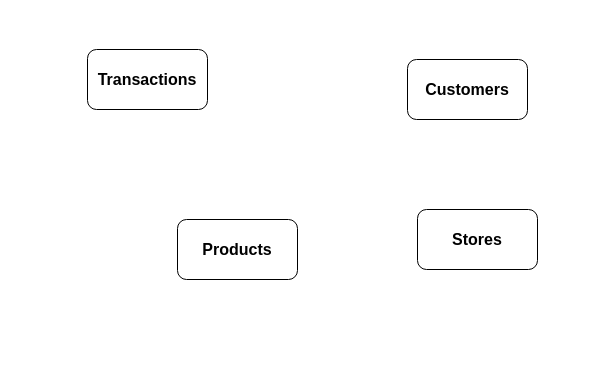
Earlier version of the draw.io diagram page "Entitis" (1 of 2) of Ventas.drawio (leandroveron1110/DataAnalytics). Source tidied: cells renumbered, new cells numbered last; positions are measured from the earlier drawing's top-left corner, leaving out a move shared by most shapes. Both pictures are drawn from the tidied source at 100%, with x=0, y=0 at pixel (87, 49).
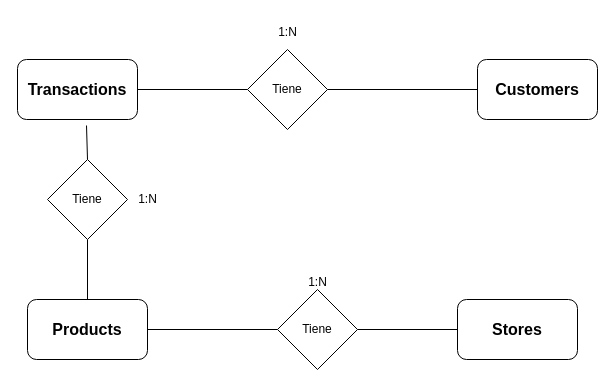
After the change.

What changed in the source:
```diff
@@
 <mxGraphModel>
   <root>
     <mxCell id="0" />
     <mxCell id="1" parent="0" />
     <mxCell id="2" value="&lt;b&gt;&lt;span style=&quot;font-size:12.0pt;line-height:107%;&lt;br/&gt;font-family:&amp;quot;Arial&amp;quot;,sans-serif;mso-fareast-font-family:&amp;quot;Times New Roman&amp;quot;;&lt;br/&gt;mso-font-kerning:0pt;mso-ligatures:none;mso-ansi-language:ES-AR;mso-fareast-language:&lt;br/&gt;ES-AR;mso-bidi-language:AR-SA&quot;&gt;Transactions&lt;/span&gt;&lt;/b&gt;" style="rounded=1;whiteSpace=wrap;html=1;" parent="1" vertex="1">
-      <mxGeometry width="120" height="60" as="geometry" />
+      <mxGeometry x="-70" y="10" width="120" height="60" as="geometry" />
     </mxCell>
     <mxCell id="3" value="&lt;b&gt;&lt;span style=&quot;font-size:12.0pt;line-height:107%;&lt;br/&gt;font-family:&amp;quot;Arial&amp;quot;,sans-serif;mso-fareast-font-family:&amp;quot;Times New Roman&amp;quot;;&lt;br/&gt;mso-font-kerning:0pt;mso-ligatures:none;mso-ansi-language:ES-AR;mso-fareast-language:&lt;br/&gt;ES-AR;mso-bidi-language:AR-SA&quot;&gt;Customers&lt;/span&gt;&lt;/b&gt;" style="rounded=1;whiteSpace=wrap;html=1;" parent="1" vertex="1">
-      <mxGeometry x="320" y="10" width="120" height="60" as="geometry" />
+      <mxGeometry x="390" y="10" width="120" height="60" as="geometry" />
     </mxCell>
     <mxCell id="4" value="&lt;b&gt;&lt;span style=&quot;font-size:12.0pt;line-height:107%;&lt;br/&gt;font-family:&amp;quot;Arial&amp;quot;,sans-serif;mso-fareast-font-family:&amp;quot;Times New Roman&amp;quot;;&lt;br/&gt;mso-font-kerning:0pt;mso-ligatures:none;mso-ansi-language:ES-AR;mso-fareast-language:&lt;br/&gt;ES-AR;mso-bidi-language:AR-SA&quot;&gt;Products&lt;/span&gt;&lt;/b&gt;" style="rounded=1;whiteSpace=wrap;html=1;" parent="1" vertex="1">
-      <mxGeometry x="90" y="170" width="120" height="60" as="geometry" />
+      <mxGeometry x="-60" y="250" width="120" height="60" as="geometry" />
     </mxCell>
     <mxCell id="5" value="&lt;b&gt;&lt;span style=&quot;font-size:12.0pt;line-height:107%;&lt;br/&gt;font-family:&amp;quot;Arial&amp;quot;,sans-serif;mso-fareast-font-family:&amp;quot;Times New Roman&amp;quot;;&lt;br/&gt;mso-font-kerning:0pt;mso-ligatures:none;mso-ansi-language:ES-AR;mso-fareast-language:&lt;br/&gt;ES-AR;mso-bidi-language:AR-SA&quot;&gt;Stores&lt;/span&gt;&lt;/b&gt;" style="rounded=1;whiteSpace=wrap;html=1;" parent="1" vertex="1">
-      <mxGeometry x="330" y="160" width="120" height="60" as="geometry" />
+      <mxGeometry x="370" y="250" width="120" height="60" as="geometry" />
     </mxCell>
+    <mxCell id="6" value="Tiene" style="rhombus;whiteSpace=wrap;html=1;" parent="1" vertex="1">
+      <mxGeometry x="160" width="80" height="80" as="geometry" />
+    </mxCell>
+    <mxCell id="7" style="endArrow=none;html=1;rounded=0;exitX=1;exitY=0.5;exitDx=0;exitDy=0;" parent="1" edge="1" source="2" target="6">
+      <mxGeometry relative="1" as="geometry" />
+    </mxCell>
+    <mxCell id="8" style="endArrow=none;html=1;rounded=0;exitX=1;exitY=0.5;exitDx=0;exitDy=0;entryX=0;entryY=0.5;entryDx=0;entryDy=0;" parent="1" edge="1" source="6" target="3">
+      <mxGeometry relative="1" as="geometry" />
+    </mxCell>
+    <mxCell id="9" value="1:N" style="text;html=1;align=center;verticalAlign=middle;strokeColor=none;fillColor=none;" parent="1" vertex="1">
+      <mxGeometry x="180" y="-32" width="40" height="30" as="geometry" />
+    </mxCell>
+    <mxCell id="10" value="Tiene" style="rhombus;whiteSpace=wrap;html=1;" parent="1" vertex="1">
+      <mxGeometry x="-40" y="110" width="80" height="80" as="geometry" />
+    </mxCell>
+    <mxCell id="11" style="endArrow=none;html=1;rounded=0;exitX=0.5;exitY=0;exitDx=0;exitDy=0;entryX=0.575;entryY=1.1;entryDx=0;entryDy=0;entryPerimeter=0;" parent="1" edge="1" source="10" target="2">
+      <mxGeometry relative="1" as="geometry" />
+    </mxCell>
+    <mxCell id="12" style="endArrow=none;html=1;rounded=0;entryX=0.5;entryY=1;entryDx=0;entryDy=0;exitX=0.5;exitY=0;exitDx=0;exitDy=0;" parent="1" edge="1" source="4" target="10">
+      <mxGeometry relative="1" as="geometry" />
+    </mxCell>
+    <mxCell id="13" value="Tiene" style="rhombus;whiteSpace=wrap;html=1;" parent="1" vertex="1">
+      <mxGeometry x="190" y="240" width="80" height="80" as="geometry" />
+    </mxCell>
+    <mxCell id="14" style="endArrow=none;html=1;rounded=0;exitX=1;exitY=0.5;exitDx=0;exitDy=0;entryX=0;entryY=0.5;entryDx=0;entryDy=0;" parent="1" edge="1" source="13" target="5">
+      <mxGeometry relative="1" as="geometry" />
+    </mxCell>
+    <mxCell id="15" style="endArrow=none;html=1;rounded=0;entryX=0;entryY=0.5;entryDx=0;entryDy=0;exitX=1;exitY=0.5;exitDx=0;exitDy=0;" parent="1" edge="1" source="4" target="13">
+      <mxGeometry relative="1" as="geometry" />
+    </mxCell>
+    <mxCell id="16" value="1:N" style="text;html=1;align=center;verticalAlign=middle;strokeColor=none;fillColor=none;" parent="1" vertex="1">
+      <mxGeometry x="40" y="135" width="40" height="30" as="geometry" />
+    </mxCell>
+    <mxCell id="17" value="1:N" style="text;html=1;align=center;verticalAlign=middle;strokeColor=none;fillColor=none;" parent="1" vertex="1">
+      <mxGeometry x="210" y="218" width="40" height="30" as="geometry" />
+    </mxCell>
   </root>
 </mxGraphModel>
```
